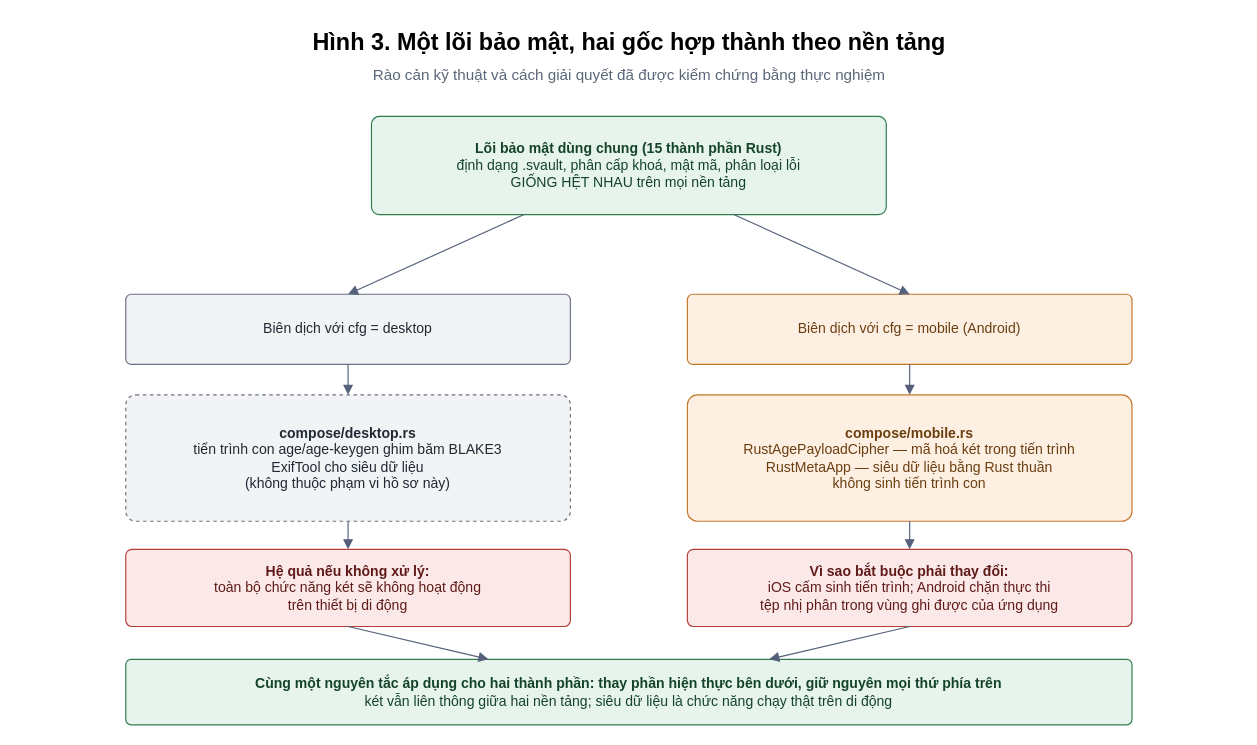
Above: hoso-sang-kien/hinh-anh/drawio/H3-loi-dung-chung.drawio in imtoiteu/secure-vault-research (draw.io), before the change. Source tidied: cells renumbered, new cells numbered last; positions are measured from the earlier drawing's top-left corner, leaving out a move shared by most shapes. Both pictures are drawn from the tidied source at 117%, with x=0, y=0 at pixel (20, 20).
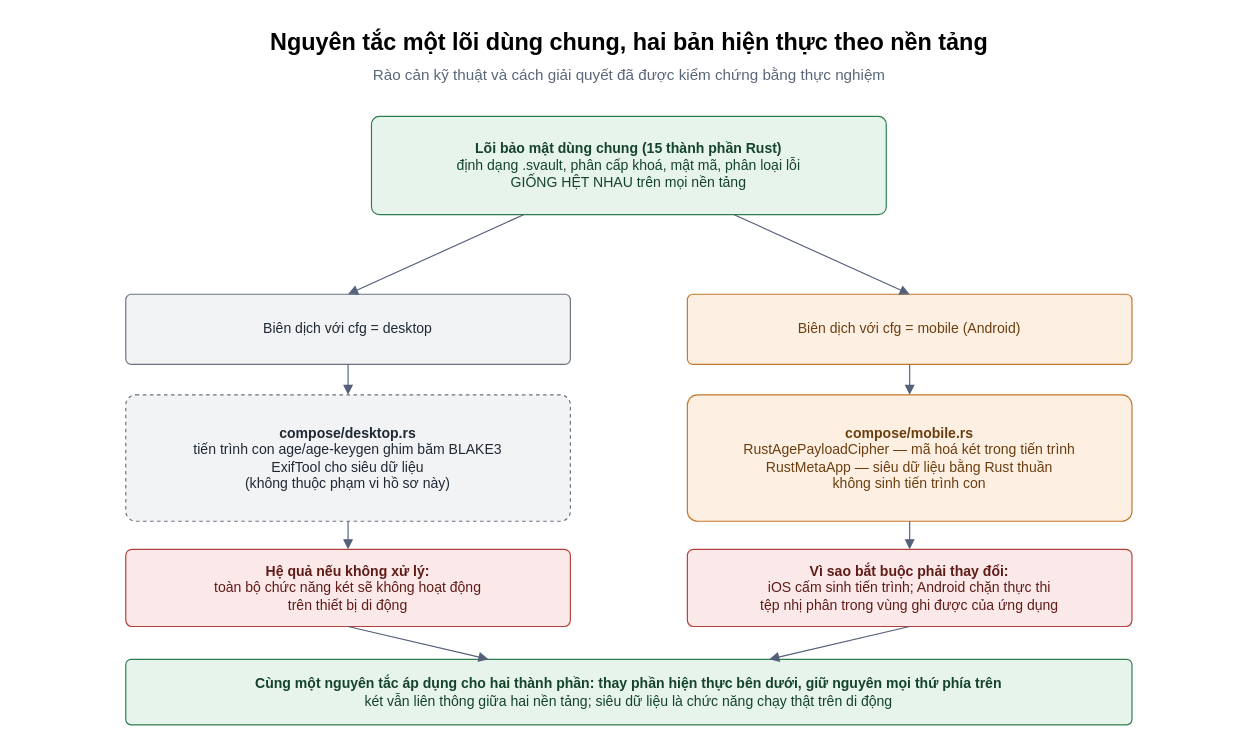
The same page after the edit.

Change to the diagram source:
```diff
@@
-    <mxCell id="2" value="Hình 3. Một lõi bảo mật, hai gốc hợp thành theo nền tảng" style="text;html=1;fontSize=20;fontStyle=1;align=center;" parent="1" vertex="1">
+    <mxCell id="2" value="Nguyên tắc một lõi dùng chung, hai bản hiện thực theo nền tảng" style="text;html=1;fontSize=20;fontStyle=1;align=center;" parent="1" vertex="1">
       <mxGeometry width="1040" height="30" as="geometry" />
     </mxCell>
```
